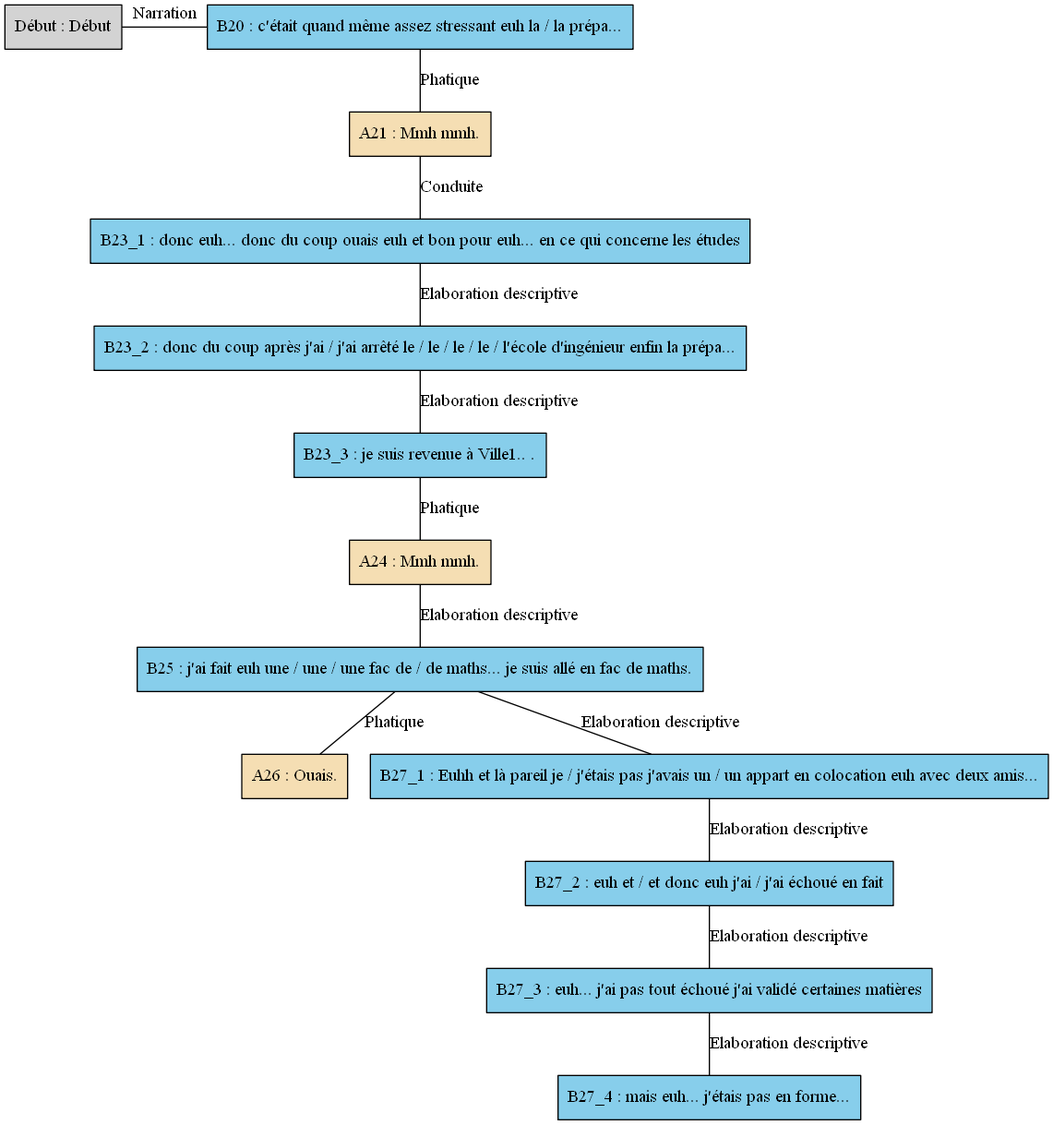
Above: arbres/Nord/Nord_-_A05.gv.png in AlaixComet/AnnotationSlamPTut (Graphviz), before the change. Its source is kept beside it as arbres/Nord/Nord_-_A05.gv.
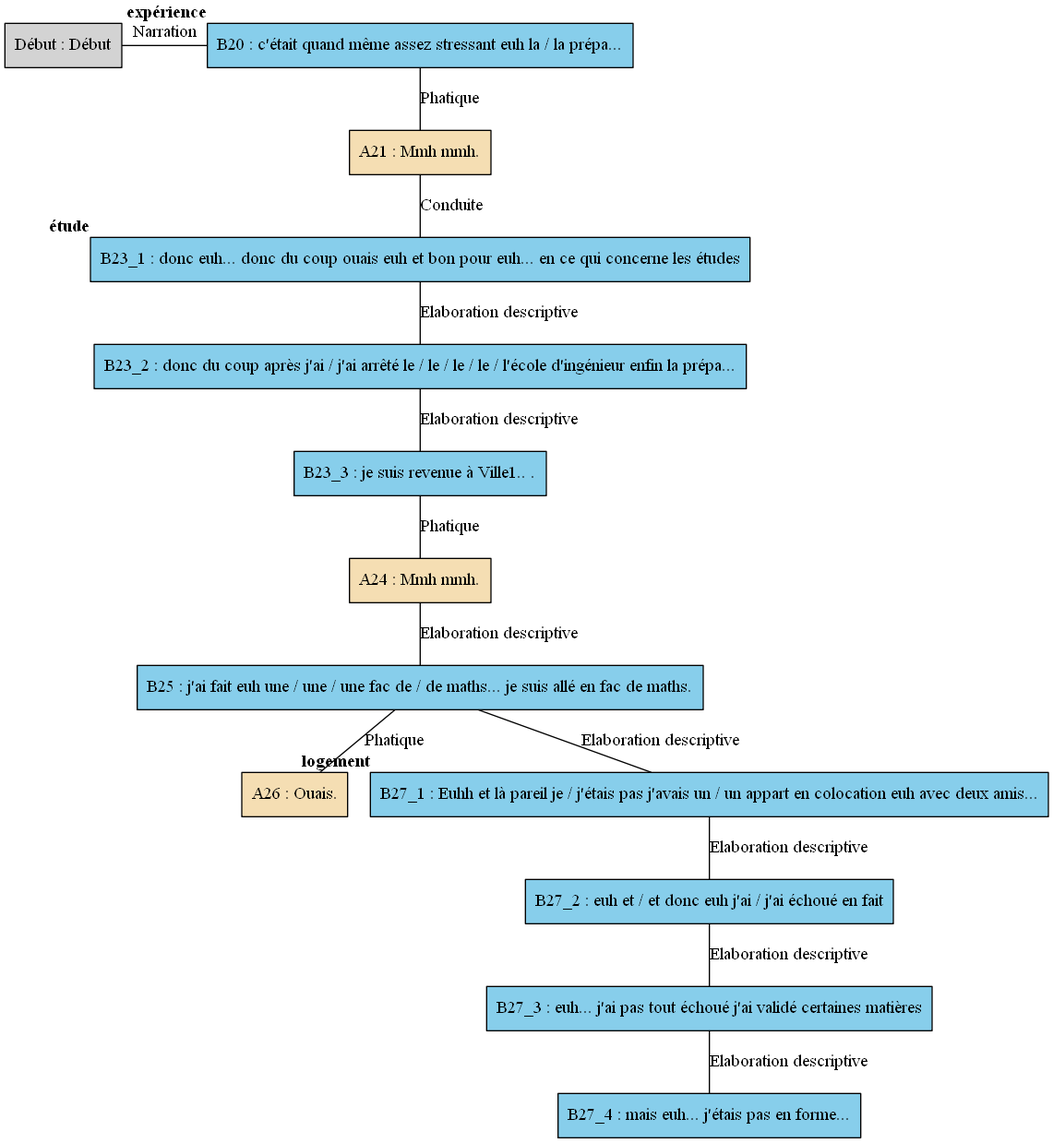
After the commit.

What changed in the source:
```diff
@@ -1,18 +1,18 @@
 digraph A05 {
 	node [shape=box style=filled]
-	"Début" [label="Début : Début"]
-	B20 [label="B20 : c'était quand même assez stressant euh la / la prépa..." fillcolor=skyblue]
-	A21 [label="A21 : Mmh mmh." fillcolor=wheat]
-	B23_1 [label="B23_1 : donc euh... donc du coup ouais euh et bon pour euh... en ce qui concerne les études" fillcolor=skyblue]
-	B23_2 [label="B23_2 : donc du coup après j'ai / j'ai arrêté le / le / le / le / l'école d'ingénieur enfin la prépa..." fillcolor=skyblue]
-	B23_3 [label="B23_3 : je suis revenue à Ville1.. ." fillcolor=skyblue]
-	A24 [label="A24 : Mmh mmh." fillcolor=wheat]
-	B25 [label="B25 : j'ai fait euh une / une / une fac de / de maths... je suis allé en fac de maths." fillcolor=skyblue]
-	A26 [label="A26 : Ouais." fillcolor=wheat]
-	B27_1 [label="B27_1 : Euhh et là pareil je / j'étais pas j'avais un / un appart en colocation euh avec deux amis..." fillcolor=skyblue]
-	B27_2 [label="B27_2 : euh et / et donc euh j'ai / j'ai échoué en fait" fillcolor=skyblue]
-	B27_3 [label="B27_3 : euh... j'ai pas tout échoué j'ai validé certaines matières" fillcolor=skyblue]
-	B27_4 [label="B27_4 : mais euh... j'étais pas en forme..." fillcolor=skyblue]
+	"Début" [label="Début : Début" xlabel=""]
+	B20 [label="B20 : c'était quand même assez stressant euh la / la prépa..." fillcolor=skyblue xlabel=<<B>expérience</B>>]
+	A21 [label="A21 : Mmh mmh." fillcolor=wheat xlabel=""]
+	B23_1 [label="B23_1 : donc euh... donc du coup ouais euh et bon pour euh... en ce qui concerne les études" fillcolor=skyblue xlabel=<<B>étude</B>>]
+	B23_2 [label="B23_2 : donc du coup après j'ai / j'ai arrêté le / le / le / le / l'école d'ingénieur enfin la prépa..." fillcolor=skyblue xlabel=""]
+	B23_3 [label="B23_3 : je suis revenue à Ville1.. ." fillcolor=skyblue xlabel=""]
+	A24 [label="A24 : Mmh mmh." fillcolor=wheat xlabel=""]
+	B25 [label="B25 : j'ai fait euh une / une / une fac de / de maths... je suis allé en fac de maths." fillcolor=skyblue xlabel=""]
+	A26 [label="A26 : Ouais." fillcolor=wheat xlabel=""]
+	B27_1 [label="B27_1 : Euhh et là pareil je / j'étais pas j'avais un / un appart en colocation euh avec deux amis..." fillcolor=skyblue xlabel=<<B>logement</B>>]
+	B27_2 [label="B27_2 : euh et / et donc euh j'ai / j'ai échoué en fait" fillcolor=skyblue xlabel=""]
+	B27_3 [label="B27_3 : euh... j'ai pas tout échoué j'ai validé certaines matières" fillcolor=skyblue xlabel=""]
+	B27_4 [label="B27_4 : mais euh... j'étais pas en forme..." fillcolor=skyblue xlabel=""]
 	{
 		rank=same
 		"Début"
```
